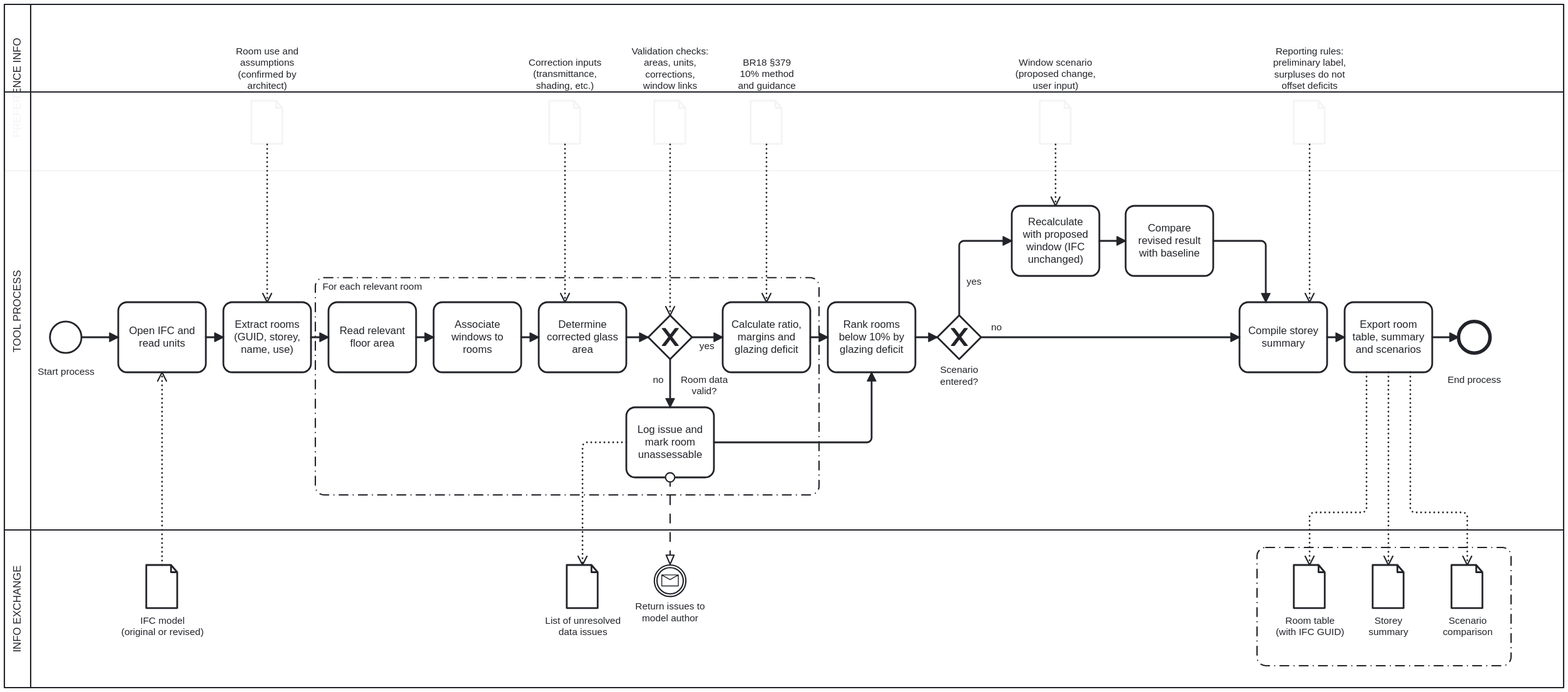
farthello/ARC_26_10 keeps this BPMN diagram as A2/IMG/bpmn_tool.svg. Above is the earlier version. Its source is kept beside it as A2/IMG/bpmn_tool.bpmn. Ids are renumbered.
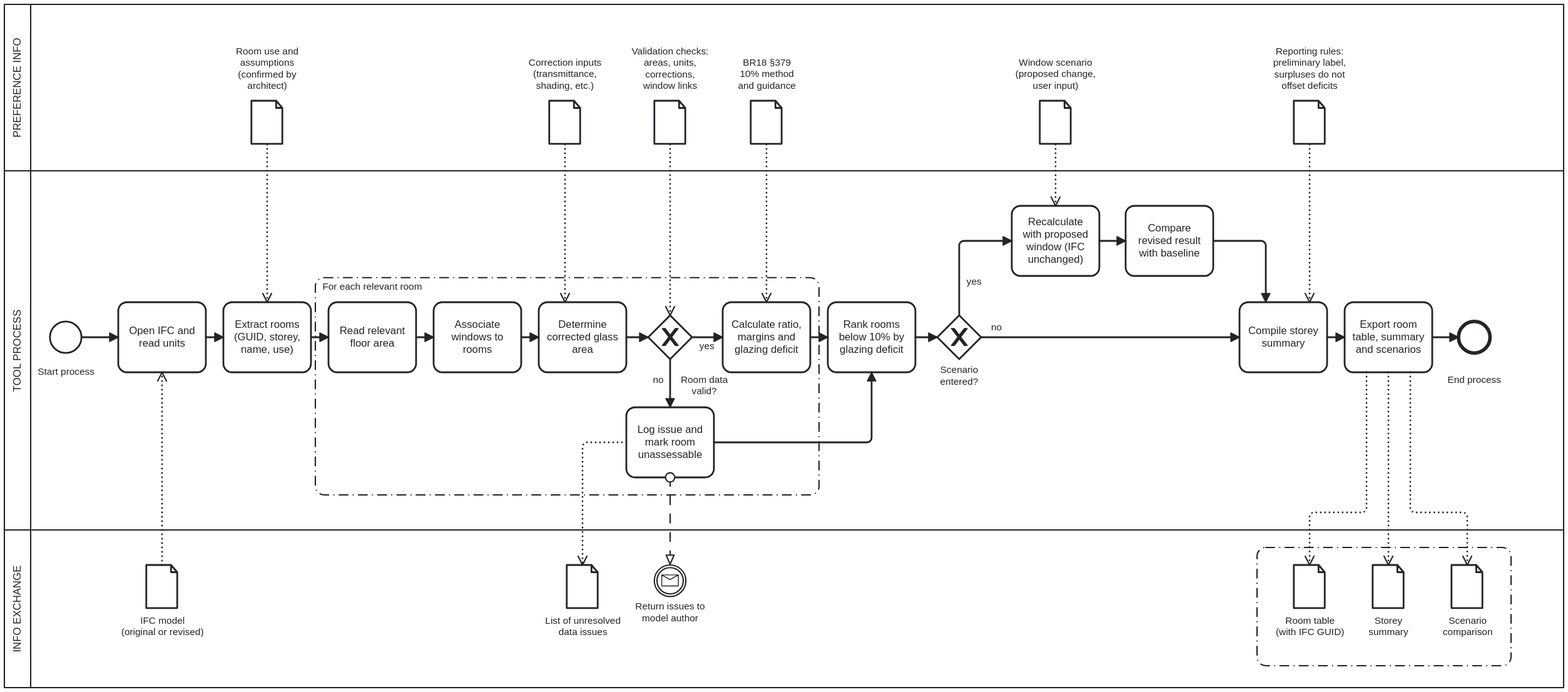
Later version of the same file.

Diff of the diagram source:
```diff
@@ -235,7 +235,7 @@
         </bpmndi:BPMNLabel>
       </bpmndi:BPMNShape>
       <bpmndi:BPMNShape id="Participant_Tool_di" bpmnElement="Participant_Tool" isHorizontal="true">
-        <dc:Bounds x="160" y="180" width="1780" height="500" />
+        <dc:Bounds x="160" y="270" width="1780" height="410" />
       </bpmndi:BPMNShape>
       <bpmndi:BPMNShape id="StartEvent_Tool_di" bpmnElement="StartEvent_Tool">
         <dc:Bounds x="212" y="442" width="36" height="36" />
@@ -301,6 +301,10 @@
         <di:waypoint x="248" y="460" />
         <di:waypoint x="290" y="460" />
       </bpmndi:BPMNEdge>
+      <bpmndi:BPMNEdge id="Flow_t17_di" bpmnElement="Flow_t17">
+        <di:waypoint x="1790" y="460" />
+        <di:waypoint x="1820" y="460" />
+      </bpmndi:BPMNEdge>
       <bpmndi:BPMNEdge id="Flow_t2_di" bpmnElement="Flow_t2">
         <di:waypoint x="390" y="460" />
         <di:waypoint x="410" y="460" />
@@ -356,15 +360,6 @@
           <dc:Bounds x="1258" y="390" width="18" height="14" />
         </bpmndi:BPMNLabel>
       </bpmndi:BPMNEdge>
-      <bpmndi:BPMNEdge id="Flow_t13_di" bpmnElement="Flow_t13">
-        <di:waypoint x="1410" y="350" />
-        <di:waypoint x="1440" y="350" />
-      </bpmndi:BPMNEdge>
-      <bpmndi:BPMNEdge id="Flow_t14_di" bpmnElement="Flow_t14">
-        <di:waypoint x="1540" y="350" />
-        <di:waypoint x="1600" y="350" />
-        <di:waypoint x="1600" y="420" />
-      </bpmndi:BPMNEdge>
       <bpmndi:BPMNEdge id="Flow_t15_di" bpmnElement="Flow_t15">
         <di:waypoint x="1275" y="460" />
         <di:waypoint x="1570" y="460" />
@@ -372,13 +367,22 @@
           <dc:Bounds x="1286" y="442" width="13" height="14" />
         </bpmndi:BPMNLabel>
       </bpmndi:BPMNEdge>
+      <bpmndi:BPMNEdge id="Flow_t14_di" bpmnElement="Flow_t14">
+        <di:waypoint x="1540" y="350" />
+        <di:waypoint x="1600" y="350" />
+        <di:waypoint x="1600" y="420" />
+      </bpmndi:BPMNEdge>
       <bpmndi:BPMNEdge id="Flow_t16_di" bpmnElement="Flow_t16">
         <di:waypoint x="1670" y="460" />
         <di:waypoint x="1690" y="460" />
       </bpmndi:BPMNEdge>
-      <bpmndi:BPMNEdge id="Flow_t17_di" bpmnElement="Flow_t17">
-        <di:waypoint x="1790" y="460" />
-        <di:waypoint x="1820" y="460" />
+      <bpmndi:BPMNEdge id="Flow_t13_di" bpmnElement="Flow_t13">
+        <di:waypoint x="1410" y="350" />
+        <di:waypoint x="1440" y="350" />
+      </bpmndi:BPMNEdge>
+      <bpmndi:BPMNEdge id="Association_Validation_di" bpmnElement="Association_Validation">
+        <di:waypoint x="920" y="240" />
+        <di:waypoint x="920" y="435" />
       </bpmndi:BPMNEdge>
       <bpmndi:BPMNShape id="Participant_Info_di" bpmnElement="Participant_Info" isHorizontal="true">
         <dc:Bounds x="160" y="680" width="1780" height="180" />
@@ -477,10 +481,6 @@
         <di:waypoint x="920" y="620" />
         <di:waypoint x="920" y="720" />
       </bpmndi:BPMNEdge>
-      <bpmndi:BPMNEdge id="Association_Validation_di" bpmnElement="Association_Validation">
-        <di:waypoint x="920" y="240" />
-        <di:waypoint x="920" y="435" />
-      </bpmndi:BPMNEdge>
     </bpmndi:BPMNPlane>
   </bpmndi:BPMNDiagram>
 </bpmn:definitions>
```
